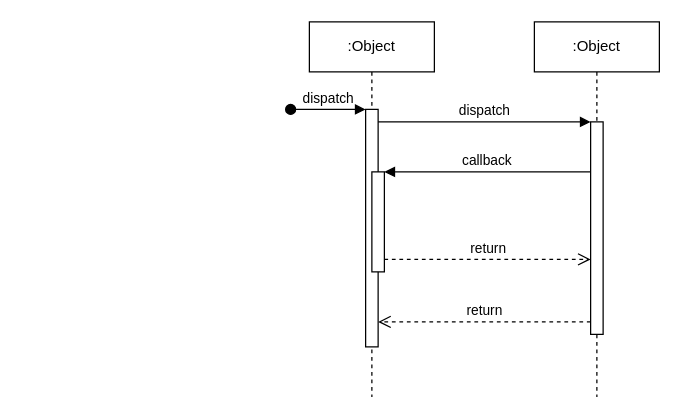
Before: Uebung8/Uebung8_Sequenzdiagramm.drawio in Software-Engineering-Team-HBRS/uebungsaufgaben, a draw.io diagram. Source tidied: cells renumbered, new cells numbered last; positions are measured from the earlier drawing's top-left corner, leaving out a move shared by most shapes. Both pictures are drawn from the tidied source at 125%, with x=0, y=0 at pixel (290, 21).
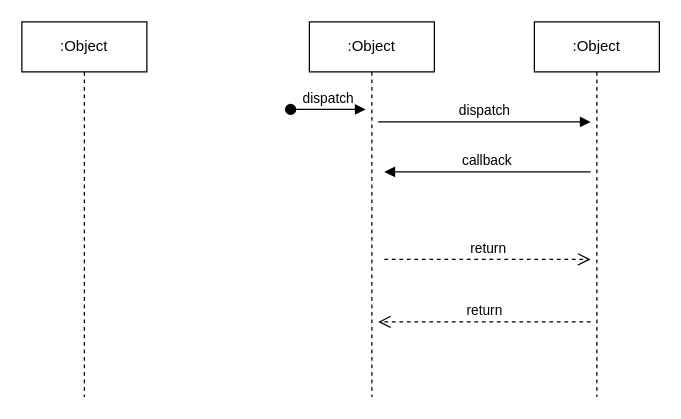
The same diagram, later.

What changed in the source:
```diff
@@
 <mxGraphModel>
   <root>
     <mxCell id="0" />
     <mxCell id="1" parent="0" />
     <mxCell id="2" value=":Object" style="shape=umlLifeline;perimeter=lifelinePerimeter;whiteSpace=wrap;html=1;newEdgeStyle={&quot;edgeStyle&quot;:&quot;elbowEdgeStyle&quot;,&quot;elbow&quot;:&quot;vertical&quot;,&quot;curved&quot;:0,&quot;rounded&quot;:0};" parent="1" vertex="1">
       <mxGeometry x="15" width="100" height="300" as="geometry" />
     </mxCell>
-    <mxCell id="3" style="html=1;points=[];perimeter=orthogonalPerimeter;outlineConnect=0;targetShapes=umlLifeline;portConstraint=eastwest;newEdgeStyle={&quot;edgeStyle&quot;:&quot;elbowEdgeStyle&quot;,&quot;elbow&quot;:&quot;vertical&quot;,&quot;curved&quot;:0,&quot;rounded&quot;:0};" parent="2" vertex="1">
-      <mxGeometry x="45" y="70" width="10" height="190" as="geometry" />
-    </mxCell>
-    <mxCell id="4" value="dispatch" style="html=1;verticalAlign=bottom;startArrow=oval;endArrow=block;startSize=8;edgeStyle=elbowEdgeStyle;elbow=vertical;curved=0;rounded=0;" parent="2" edge="1" target="3">
+    <mxCell id="4" value="dispatch" style="html=1;verticalAlign=bottom;startArrow=oval;endArrow=block;startSize=8;edgeStyle=elbowEdgeStyle;elbow=vertical;curved=0;rounded=0;" parent="2" edge="1">
       <mxGeometry relative="1" as="geometry">
         <mxPoint x="-15" y="70" as="sourcePoint" />
+        <mxPoint x="45" y="70" as="targetPoint" />
       </mxGeometry>
     </mxCell>
-    <mxCell id="5" style="html=1;points=[];perimeter=orthogonalPerimeter;outlineConnect=0;targetShapes=umlLifeline;portConstraint=eastwest;newEdgeStyle={&quot;edgeStyle&quot;:&quot;elbowEdgeStyle&quot;,&quot;elbow&quot;:&quot;vertical&quot;,&quot;curved&quot;:0,&quot;rounded&quot;:0};" parent="2" vertex="1">
-      <mxGeometry x="50" y="120" width="10" height="80" as="geometry" />
-    </mxCell>
     <mxCell id="6" value=":Object" style="shape=umlLifeline;perimeter=lifelinePerimeter;whiteSpace=wrap;html=1;newEdgeStyle={&quot;edgeStyle&quot;:&quot;elbowEdgeStyle&quot;,&quot;elbow&quot;:&quot;vertical&quot;,&quot;curved&quot;:0,&quot;rounded&quot;:0};" parent="1" vertex="1">
       <mxGeometry x="195" width="100" height="300" as="geometry" />
     </mxCell>
-    <mxCell id="7" style="html=1;points=[];perimeter=orthogonalPerimeter;outlineConnect=0;targetShapes=umlLifeline;portConstraint=eastwest;newEdgeStyle={&quot;edgeStyle&quot;:&quot;elbowEdgeStyle&quot;,&quot;elbow&quot;:&quot;vertical&quot;,&quot;curved&quot;:0,&quot;rounded&quot;:0};" parent="6" vertex="1">
-      <mxGeometry x="45" y="80" width="10" height="170" as="geometry" />
-    </mxCell>
-    <mxCell id="8" value="dispatch" style="html=1;verticalAlign=bottom;endArrow=block;edgeStyle=elbowEdgeStyle;elbow=vertical;curved=0;rounded=0;" parent="1" edge="1" source="3" target="7">
+    <mxCell id="8" value="dispatch" style="html=1;verticalAlign=bottom;endArrow=block;edgeStyle=elbowEdgeStyle;elbow=vertical;curved=0;rounded=0;" parent="1" edge="1">
       <mxGeometry relative="1" as="geometry">
+        <mxPoint x="70" y="80" as="sourcePoint" />
+        <mxPoint x="240" y="80" as="targetPoint" />
         <Array as="points">
           <mxPoint x="155" y="80" />
         </Array>
       </mxGeometry>
     </mxCell>
-    <mxCell id="9" value="return" style="html=1;verticalAlign=bottom;endArrow=open;dashed=1;endSize=8;edgeStyle=elbowEdgeStyle;elbow=vertical;curved=0;rounded=0;" parent="1" edge="1" source="7" target="3">
+    <mxCell id="9" value="return" style="html=1;verticalAlign=bottom;endArrow=open;dashed=1;endSize=8;edgeStyle=elbowEdgeStyle;elbow=vertical;curved=0;rounded=0;" parent="1" edge="1">
       <mxGeometry relative="1" as="geometry">
+        <mxPoint x="240" y="240" as="sourcePoint" />
+        <mxPoint x="70" y="240" as="targetPoint" />
         <Array as="points">
           <mxPoint x="165" y="240" />
         </Array>
       </mxGeometry>
     </mxCell>
-    <mxCell id="10" value="callback" style="html=1;verticalAlign=bottom;endArrow=block;edgeStyle=elbowEdgeStyle;elbow=vertical;curved=0;rounded=0;" parent="1" edge="1" source="7" target="5">
+    <mxCell id="10" value="callback" style="html=1;verticalAlign=bottom;endArrow=block;edgeStyle=elbowEdgeStyle;elbow=vertical;curved=0;rounded=0;" parent="1" edge="1">
       <mxGeometry relative="1" as="geometry">
+        <mxPoint x="240" y="120" as="sourcePoint" />
+        <mxPoint x="75" y="120" as="targetPoint" />
         <Array as="points">
           <mxPoint x="165" y="120" />
         </Array>
       </mxGeometry>
     </mxCell>
-    <mxCell id="11" value="return" style="html=1;verticalAlign=bottom;endArrow=open;dashed=1;endSize=8;edgeStyle=elbowEdgeStyle;elbow=vertical;curved=0;rounded=0;" parent="1" edge="1" source="5" target="7">
+    <mxCell id="11" value="return" style="html=1;verticalAlign=bottom;endArrow=open;dashed=1;endSize=8;edgeStyle=elbowEdgeStyle;elbow=vertical;curved=0;rounded=0;" parent="1" edge="1">
       <mxGeometry relative="1" as="geometry">
+        <mxPoint x="75" y="190" as="sourcePoint" />
+        <mxPoint x="240" y="190" as="targetPoint" />
         <Array as="points">
           <mxPoint x="155" y="190" />
         </Array>
       </mxGeometry>
     </mxCell>
+    <mxCell id="12" value=":Object" style="shape=umlLifeline;perimeter=lifelinePerimeter;whiteSpace=wrap;html=1;newEdgeStyle={&quot;edgeStyle&quot;:&quot;elbowEdgeStyle&quot;,&quot;elbow&quot;:&quot;vertical&quot;,&quot;curved&quot;:0,&quot;rounded&quot;:0};" parent="1" vertex="1">
+      <mxGeometry x="-215" width="100" height="300" as="geometry" />
+    </mxCell>
   </root>
 </mxGraphModel>
```
